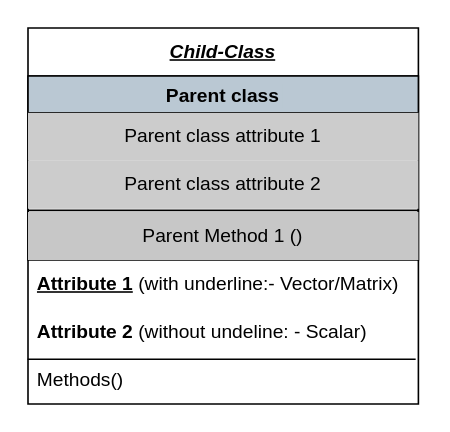
The draw.io diagram Class_intro.drawio in okolekar/PPP, before the edit. Source tidied: cells renumbered, new cells numbered last; positions are measured from the earlier drawing's top-left corner, leaving out a move shared by most shapes. Both pictures are drawn from the tidied source at 160%, with x=0, y=0 at pixel (27, 27).
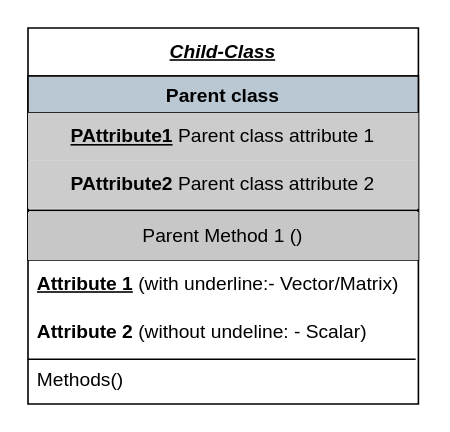
Above is the later version.

Diff of the diagram source:
```diff
@@
 <mxGraphModel>
   <root>
     <mxCell id="0" />
     <mxCell id="1" parent="0" />
     <mxCell id="2" value="&lt;b&gt;&lt;i&gt;&lt;u&gt;Child-Class&lt;/u&gt;&lt;/i&gt;&lt;/b&gt;" style="swimlane;fontStyle=0;horizontal=1;startSize=30;whiteSpace=wrap;html=1;" parent="1" vertex="1">
       <mxGeometry width="244" height="235" as="geometry" />
     </mxCell>
     <mxCell id="3" value="Parent class" style="swimlane;labelBackgroundColor=#BAC8D3;fontColor=default;fillColor=#BAC8D3;" parent="2" vertex="1">
       <mxGeometry y="30" width="244" height="115" as="geometry" />
     </mxCell>
-    <mxCell id="4" value="Parent class attribute 2" style="text;html=1;strokeColor=none;fillColor=#CCCCCC;align=center;verticalAlign=middle;whiteSpace=wrap;rounded=0;" parent="3" vertex="1">
+    <mxCell id="4" value="&lt;b style=&quot;border-color: var(--border-color);&quot;&gt;&lt;span style=&quot;border-color: var(--border-color);&quot;&gt;PAttribute2&lt;/span&gt;&lt;/b&gt;&amp;nbsp;Parent class attribute 2" style="text;html=1;strokeColor=none;fillColor=#CCCCCC;align=center;verticalAlign=middle;whiteSpace=wrap;rounded=0;" parent="3" vertex="1">
       <mxGeometry y="53" width="244" height="30" as="geometry" />
     </mxCell>
     <mxCell id="5" value="Parent Method 1 ()" style="text;html=1;strokeColor=none;fillColor=#C7C7C7;align=center;verticalAlign=middle;whiteSpace=wrap;rounded=0;" parent="3" vertex="1">
       <mxGeometry y="85" width="244" height="30" as="geometry" />
     </mxCell>
     <mxCell id="6" style="endArrow=none;html=1;rounded=0;exitX=0;exitY=0;exitDx=0;exitDy=0;entryX=1;entryY=0;entryDx=0;entryDy=0;" parent="3" edge="1">
       <mxGeometry relative="1" as="geometry">
         <mxPoint y="84" as="sourcePoint" />
         <mxPoint x="244" y="84" as="targetPoint" />
       </mxGeometry>
     </mxCell>
-    <mxCell id="7" value="Parent class attribute 1" style="text;html=1;strokeColor=none;fillColor=#CCCCCC;align=center;verticalAlign=middle;whiteSpace=wrap;rounded=0;" parent="3" vertex="1">
+    <mxCell id="7" value="&lt;b&gt;&lt;u&gt;PAttribute1&lt;/u&gt;&amp;nbsp;&lt;/b&gt;Parent class attribute 1" style="text;html=1;strokeColor=none;fillColor=#CCCCCC;align=center;verticalAlign=middle;whiteSpace=wrap;rounded=0;" parent="3" vertex="1">
       <mxGeometry y="23" width="244" height="30" as="geometry" />
     </mxCell>
     <mxCell id="8" value="&lt;u&gt;&lt;b&gt;Attribute 1&lt;/b&gt;&lt;/u&gt;&amp;nbsp;(with underline:- Vector/Matrix)" style="text;strokeColor=none;fillColor=none;align=left;verticalAlign=middle;spacingLeft=4;spacingRight=4;overflow=hidden;whiteSpace=wrap;html=1;" parent="2" vertex="1">
       <mxGeometry y="145" width="244" height="30" as="geometry" />
     </mxCell>
     <mxCell id="9" value="&lt;b&gt;Attribute 2 &lt;/b&gt;(without undeline: - Scalar)" style="text;strokeColor=none;fillColor=none;align=left;verticalAlign=middle;spacingLeft=4;spacingRight=4;overflow=hidden;whiteSpace=wrap;html=1;" parent="2" vertex="1">
       <mxGeometry y="175" width="244" height="30" as="geometry" />
     </mxCell>
     <mxCell id="10" value="Methods()" style="text;strokeColor=none;fillColor=none;align=left;verticalAlign=middle;spacingLeft=4;spacingRight=4;overflow=hidden;points=[[0,0.5],[1,0.5]];portConstraint=eastwest;whiteSpace=wrap;html=1;" parent="2" vertex="1">
       <mxGeometry y="205" width="244" height="30" as="geometry" />
     </mxCell>
     <mxCell id="11" style="endArrow=none;html=1;rounded=0;exitX=-0.001;exitY=0.067;exitDx=0;exitDy=0;exitPerimeter=0;entryX=0.993;entryY=0.067;entryDx=0;entryDy=0;entryPerimeter=0;" parent="2" edge="1" source="10" target="10">
       <mxGeometry relative="1" as="geometry" />
     </mxCell>
   </root>
 </mxGraphModel>
```
